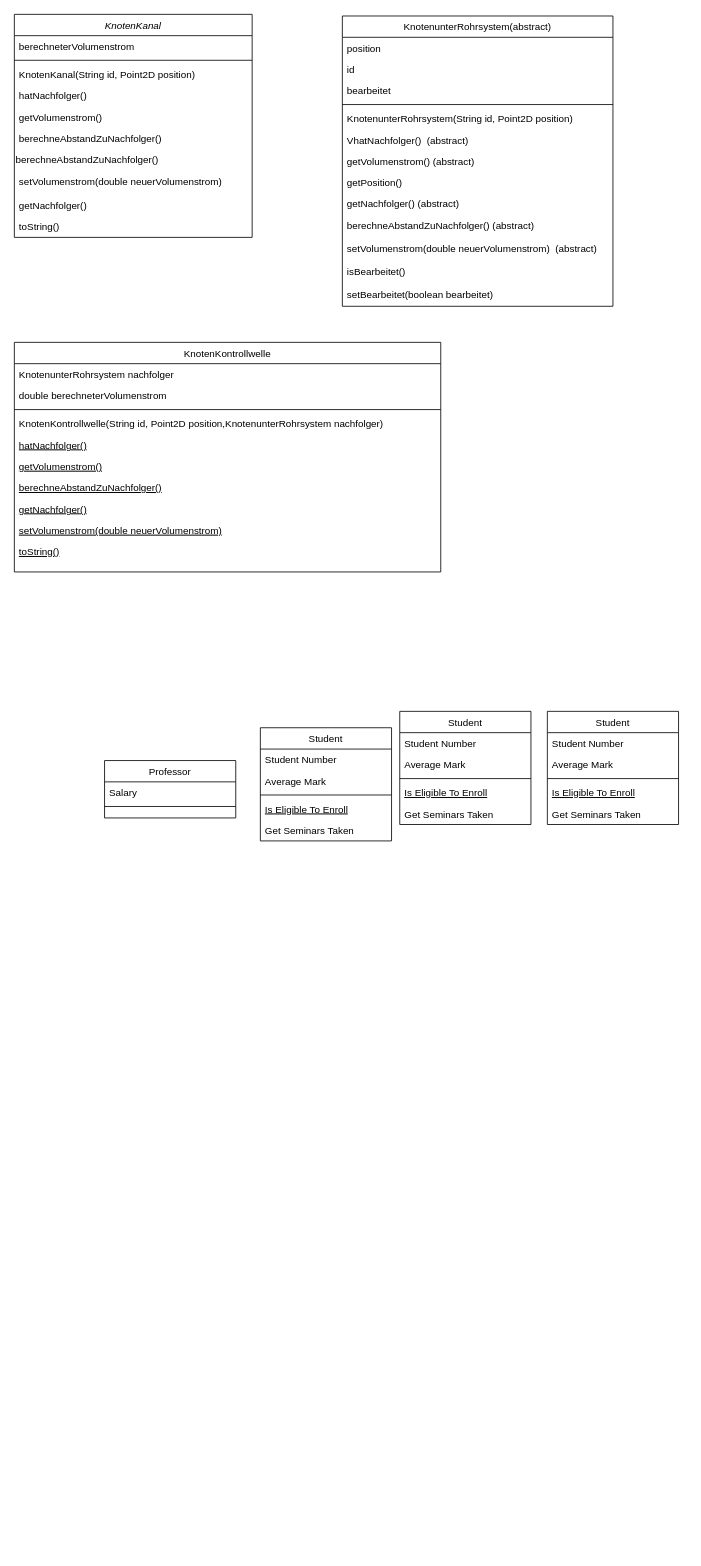
This is Untitled Diagram.drawio from shobi1319/UML-class-diagram, a draw.io file, before an edit. Source tidied: cells renumbered, new cells numbered last; positions are measured from the earlier drawing's top-left corner, leaving out a move shared by most shapes. Both pictures are drawn from the tidied source at 82%, with x=0, y=0 at pixel (14, 14).
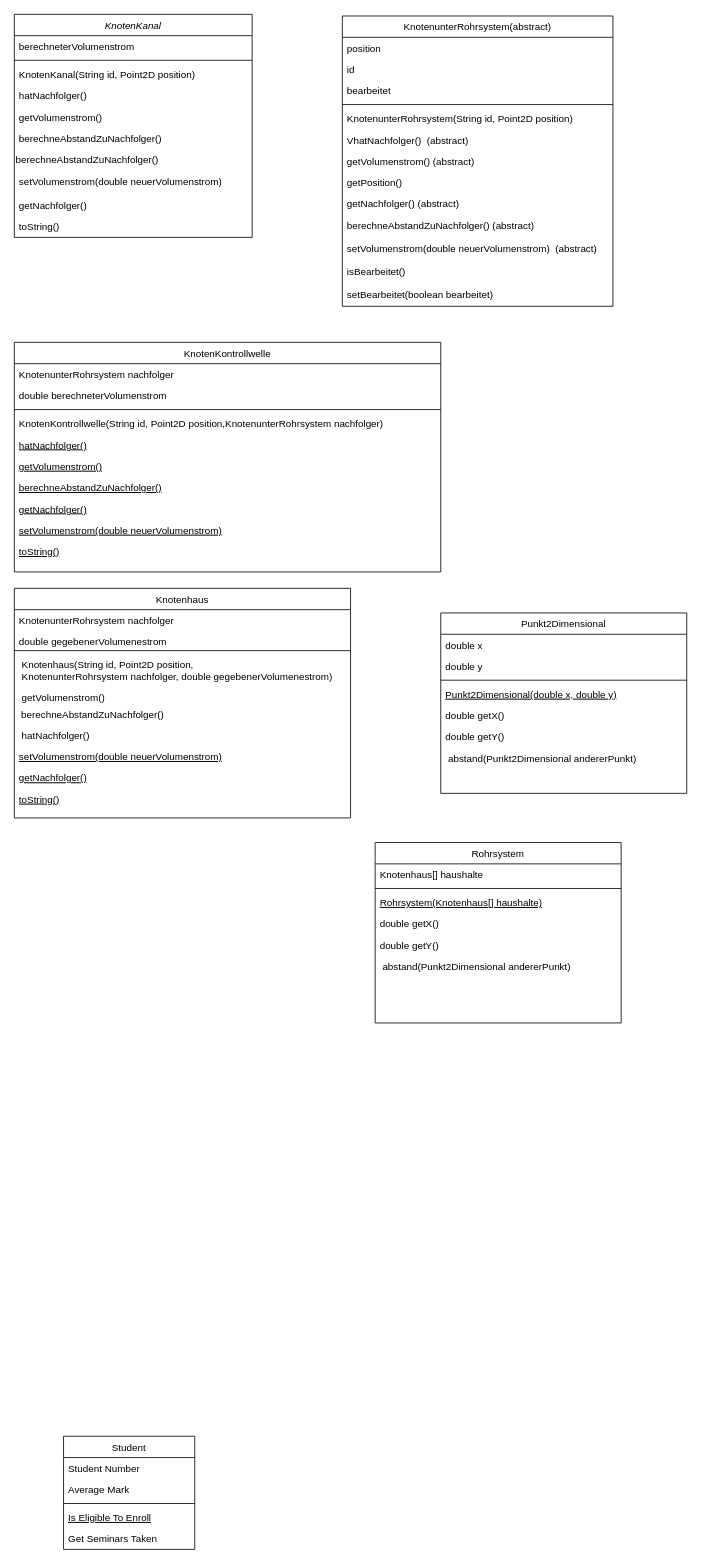
The same page after the edit.

The edit, as a diff of the source:
```diff
@@
-    <mxCell id="24" value="Professor" style="swimlane;fontStyle=0;align=center;verticalAlign=top;horizontal=1;startSize=26;rounded=0;shadow=0;strokeWidth=1;" parent="1" vertex="1">
-      <mxGeometry x="110" y="910" width="160" height="70" as="geometry" />
-    </mxCell>
-    <mxCell id="25" value="Salary" style="text;align=left;verticalAlign=top;spacingLeft=4;spacingRight=4;overflow=hidden;" parent="24" vertex="1">
-      <mxGeometry y="26" width="160" height="26" as="geometry" />
-    </mxCell>
-    <mxCell id="26" style="line;html=1;strokeWidth=1;align=left;verticalAlign=middle;spacingTop=-1;spacingLeft=3;spacingRight=3;labelPosition=right;" parent="24" vertex="1">
-      <mxGeometry y="52" width="160" height="8" as="geometry" />
-    </mxCell>
@@
-    <mxCell id="41" value="Student" style="swimlane;fontStyle=0;align=center;verticalAlign=top;horizontal=1;startSize=26;rounded=0;shadow=0;strokeWidth=1;" parent="1" vertex="1">
-      <mxGeometry x="300" y="870" width="160" height="138" as="geometry" />
+    <mxCell id="41" value="Knotenhaus" style="swimlane;fontStyle=0;align=center;verticalAlign=top;horizontal=1;startSize=26;rounded=0;shadow=0;strokeWidth=1;" parent="1" vertex="1">
+      <mxGeometry y="700" width="410" height="280" as="geometry" />
     </mxCell>
-    <mxCell id="42" value="Student Number" style="text;align=left;verticalAlign=top;spacingLeft=4;spacingRight=4;overflow=hidden;" parent="41" vertex="1">
-      <mxGeometry y="26" width="160" height="26" as="geometry" />
+    <mxCell id="42" value="KnotenunterRohrsystem nachfolger" style="text;align=left;verticalAlign=top;spacingLeft=4;spacingRight=4;overflow=hidden;" parent="41" vertex="1">
+      <mxGeometry y="26" width="410" height="26" as="geometry" />
     </mxCell>
-    <mxCell id="43" value="Average Mark" style="text;align=left;verticalAlign=top;spacingLeft=4;spacingRight=4;overflow=hidden;rounded=0;shadow=0;html=0;" parent="41" vertex="1">
-      <mxGeometry y="52" width="160" height="26" as="geometry" />
+    <mxCell id="43" value="double gegebenerVolumenestrom" style="text;align=left;verticalAlign=top;spacingLeft=4;spacingRight=4;overflow=hidden;rounded=0;shadow=0;html=0;" parent="41" vertex="1">
+      <mxGeometry y="52" width="410" height="20" as="geometry" />
     </mxCell>
     <mxCell id="44" style="line;html=1;strokeWidth=1;align=left;verticalAlign=middle;spacingTop=-1;spacingLeft=3;spacingRight=3;labelPosition=right;" parent="41" vertex="1">
-      <mxGeometry y="78" width="160" height="8" as="geometry" />
+      <mxGeometry y="72" width="410" height="8" as="geometry" />
     </mxCell>
-    <mxCell id="45" value="Is Eligible To Enroll" style="text;align=left;verticalAlign=top;spacingLeft=4;spacingRight=4;overflow=hidden;fontStyle=4;" parent="41" vertex="1">
-      <mxGeometry y="86" width="160" height="26" as="geometry" />
-    </mxCell>
-    <mxCell id="46" value="Get Seminars Taken" style="text;align=left;verticalAlign=top;spacingLeft=4;spacingRight=4;overflow=hidden;" parent="41" vertex="1">
-      <mxGeometry y="112" width="160" height="26" as="geometry" />
-    </mxCell>
+    <mxCell id="59" value=" Knotenhaus(String id, Point2D position,&#10; KnotenunterRohrsystem nachfolger, double gegebenerVolumenestrom)" style="text;align=left;verticalAlign=top;spacingLeft=4;spacingRight=4;overflow=hidden;rounded=0;shadow=0;html=0;" parent="41" vertex="1">
+      <mxGeometry y="80" width="410" height="40" as="geometry" />
+    </mxCell>
+    <mxCell id="60" value=" getVolumenstrom()" style="text;align=left;verticalAlign=top;spacingLeft=4;spacingRight=4;overflow=hidden;rounded=0;shadow=0;html=0;" parent="41" vertex="1">
+      <mxGeometry y="120" width="410" height="20" as="geometry" />
+    </mxCell>
+    <mxCell id="61" value="&amp;nbsp; berechneAbstandZuNachfolger()" style="text;whiteSpace=wrap;html=1;" parent="41" vertex="1">
+      <mxGeometry y="140" width="410" height="26" as="geometry" />
+    </mxCell>
+    <mxCell id="62" value=" hatNachfolger()" style="text;align=left;verticalAlign=top;spacingLeft=4;spacingRight=4;overflow=hidden;rounded=0;shadow=0;html=0;" parent="41" vertex="1">
+      <mxGeometry y="166" width="410" height="26" as="geometry" />
+    </mxCell>
+    <mxCell id="63" value="setVolumenstrom(double neuerVolumenstrom)" style="text;align=left;verticalAlign=top;spacingLeft=4;spacingRight=4;overflow=hidden;fontStyle=4;" parent="41" vertex="1">
+      <mxGeometry y="192" width="410" height="26" as="geometry" />
+    </mxCell>
+    <mxCell id="64" value="getNachfolger()" style="text;align=left;verticalAlign=top;spacingLeft=4;spacingRight=4;overflow=hidden;fontStyle=4;" parent="41" vertex="1">
+      <mxGeometry y="218" width="410" height="26" as="geometry" />
+    </mxCell>
+    <mxCell id="65" value="toString()" style="text;align=left;verticalAlign=top;spacingLeft=4;spacingRight=4;overflow=hidden;fontStyle=4;" parent="41" vertex="1">
+      <mxGeometry y="244" width="410" height="26" as="geometry" />
+    </mxCell>
-    <mxCell id="47" value="Student" style="swimlane;fontStyle=0;align=center;verticalAlign=top;horizontal=1;startSize=26;rounded=0;shadow=0;strokeWidth=1;" parent="1" vertex="1">
-      <mxGeometry x="470" y="850" width="160" height="138" as="geometry" />
+    <mxCell id="47" value="Punkt2Dimensional" style="swimlane;fontStyle=0;align=center;verticalAlign=top;horizontal=1;startSize=26;rounded=0;shadow=0;strokeWidth=1;" parent="1" vertex="1">
+      <mxGeometry x="520" y="730" width="300" height="220" as="geometry" />
     </mxCell>
-    <mxCell id="48" value="Student Number" style="text;align=left;verticalAlign=top;spacingLeft=4;spacingRight=4;overflow=hidden;" parent="47" vertex="1">
-      <mxGeometry y="26" width="160" height="26" as="geometry" />
+    <mxCell id="48" value="double x" style="text;align=left;verticalAlign=top;spacingLeft=4;spacingRight=4;overflow=hidden;" parent="47" vertex="1">
+      <mxGeometry y="26" width="300" height="26" as="geometry" />
     </mxCell>
-    <mxCell id="49" value="Average Mark" style="text;align=left;verticalAlign=top;spacingLeft=4;spacingRight=4;overflow=hidden;rounded=0;shadow=0;html=0;" parent="47" vertex="1">
-      <mxGeometry y="52" width="160" height="26" as="geometry" />
+    <mxCell id="49" value="double y" style="text;align=left;verticalAlign=top;spacingLeft=4;spacingRight=4;overflow=hidden;rounded=0;shadow=0;html=0;" parent="47" vertex="1">
+      <mxGeometry y="52" width="300" height="26" as="geometry" />
     </mxCell>
     <mxCell id="50" style="line;html=1;strokeWidth=1;align=left;verticalAlign=middle;spacingTop=-1;spacingLeft=3;spacingRight=3;labelPosition=right;" parent="47" vertex="1">
-      <mxGeometry y="78" width="160" height="8" as="geometry" />
+      <mxGeometry y="78" width="300" height="8" as="geometry" />
     </mxCell>
-    <mxCell id="51" value="Is Eligible To Enroll" style="text;align=left;verticalAlign=top;spacingLeft=4;spacingRight=4;overflow=hidden;fontStyle=4;" parent="47" vertex="1">
-      <mxGeometry y="86" width="160" height="26" as="geometry" />
+    <mxCell id="51" value="Punkt2Dimensional(double x, double y)" style="text;align=left;verticalAlign=top;spacingLeft=4;spacingRight=4;overflow=hidden;fontStyle=4;" parent="47" vertex="1">
+      <mxGeometry y="86" width="300" height="26" as="geometry" />
     </mxCell>
-    <mxCell id="52" value="Get Seminars Taken" style="text;align=left;verticalAlign=top;spacingLeft=4;spacingRight=4;overflow=hidden;" parent="47" vertex="1">
-      <mxGeometry y="112" width="160" height="26" as="geometry" />
+    <mxCell id="52" value="double getX()" style="text;align=left;verticalAlign=top;spacingLeft=4;spacingRight=4;overflow=hidden;" parent="47" vertex="1">
+      <mxGeometry y="112" width="300" height="26" as="geometry" />
     </mxCell>
+    <mxCell id="66" value="double getY()" style="text;align=left;verticalAlign=top;spacingLeft=4;spacingRight=4;overflow=hidden;" parent="47" vertex="1">
+      <mxGeometry y="138" width="300" height="26" as="geometry" />
+    </mxCell>
+    <mxCell id="67" value=" abstand(Punkt2Dimensional andererPunkt)" style="text;align=left;verticalAlign=top;spacingLeft=4;spacingRight=4;overflow=hidden;" parent="47" vertex="1">
+      <mxGeometry y="164" width="300" height="26" as="geometry" />
+    </mxCell>
     <mxCell id="53" value="Student" style="swimlane;fontStyle=0;align=center;verticalAlign=top;horizontal=1;startSize=26;rounded=0;shadow=0;strokeWidth=1;" parent="1" vertex="1">
-      <mxGeometry x="650" y="850" width="160" height="138" as="geometry" />
+      <mxGeometry x="60" y="1734" width="160" height="138" as="geometry" />
     </mxCell>
@@
+    <mxCell id="68" value="Rohrsystem" style="swimlane;fontStyle=0;align=center;verticalAlign=top;horizontal=1;startSize=26;rounded=0;shadow=0;strokeWidth=1;" parent="1" vertex="1">
+      <mxGeometry x="440" y="1010" width="300" height="220" as="geometry" />
+    </mxCell>
+    <mxCell id="69" value="Knotenhaus[] haushalte" style="text;align=left;verticalAlign=top;spacingLeft=4;spacingRight=4;overflow=hidden;" parent="68" vertex="1">
+      <mxGeometry y="26" width="300" height="26" as="geometry" />
+    </mxCell>
+    <mxCell id="70" style="line;html=1;strokeWidth=1;align=left;verticalAlign=middle;spacingTop=-1;spacingLeft=3;spacingRight=3;labelPosition=right;" parent="68" vertex="1">
+      <mxGeometry y="52" width="300" height="8" as="geometry" />
+    </mxCell>
+    <mxCell id="71" value="Rohrsystem(Knotenhaus[] haushalte)" style="text;align=left;verticalAlign=top;spacingLeft=4;spacingRight=4;overflow=hidden;fontStyle=4;" parent="68" vertex="1">
+      <mxGeometry y="60" width="300" height="26" as="geometry" />
+    </mxCell>
+    <mxCell id="72" value="double getX()" style="text;align=left;verticalAlign=top;spacingLeft=4;spacingRight=4;overflow=hidden;" parent="68" vertex="1">
+      <mxGeometry y="86" width="300" height="26" as="geometry" />
+    </mxCell>
+    <mxCell id="73" value="double getY()" style="text;align=left;verticalAlign=top;spacingLeft=4;spacingRight=4;overflow=hidden;" parent="68" vertex="1">
+      <mxGeometry y="112" width="300" height="26" as="geometry" />
+    </mxCell>
+    <mxCell id="74" value=" abstand(Punkt2Dimensional andererPunkt)" style="text;align=left;verticalAlign=top;spacingLeft=4;spacingRight=4;overflow=hidden;" parent="68" vertex="1">
+      <mxGeometry y="138" width="300" height="26" as="geometry" />
+    </mxCell>
```
